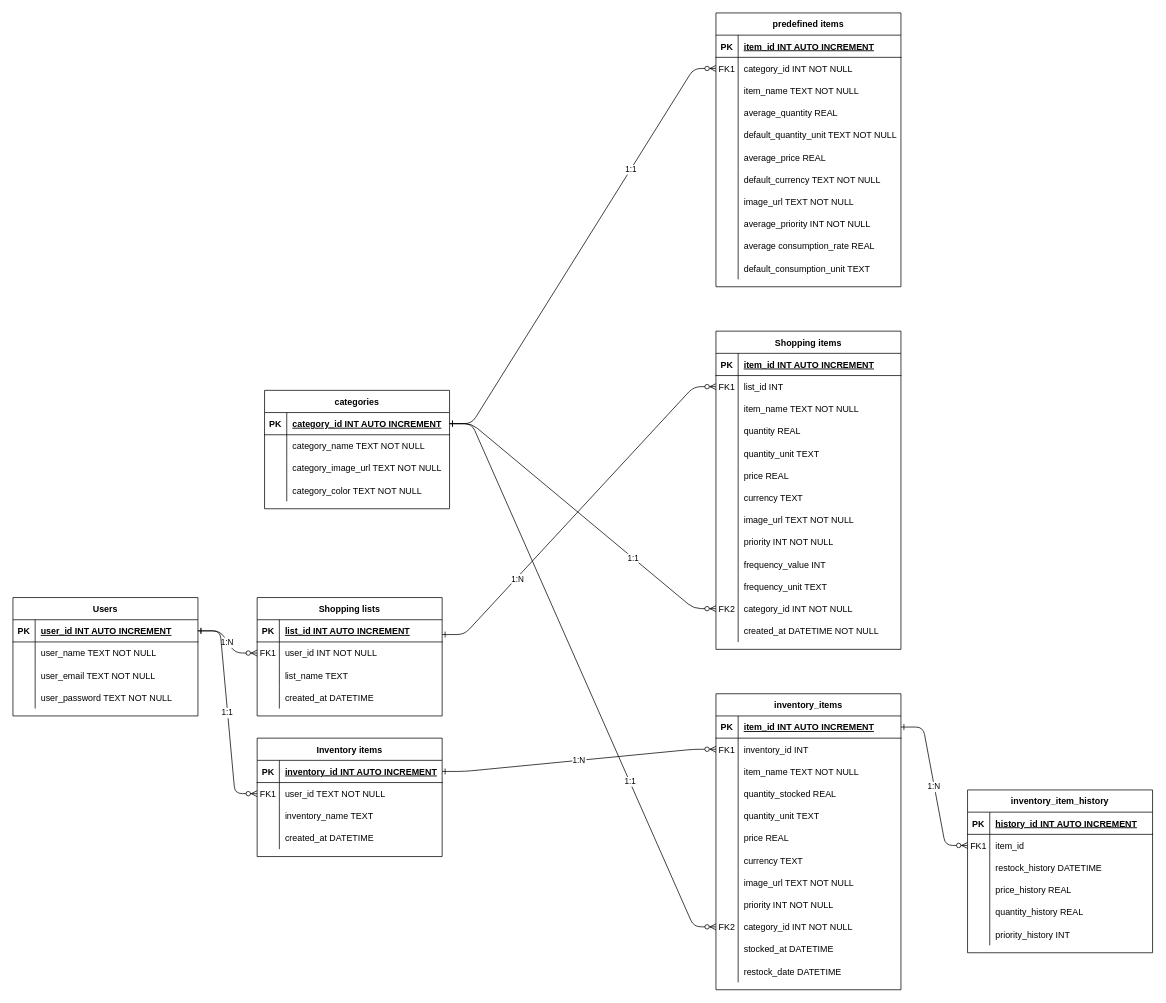
Before: Database ERD.drawio in oduwairi/SmartShoppingList-NEU, a draw.io diagram. Source tidied: cells renumbered, new cells numbered last; positions are measured from the earlier drawing's top-left corner, leaving out a move shared by most shapes. Both pictures are drawn from the tidied source at 74%, with x=0, y=0 at pixel (13, 13).
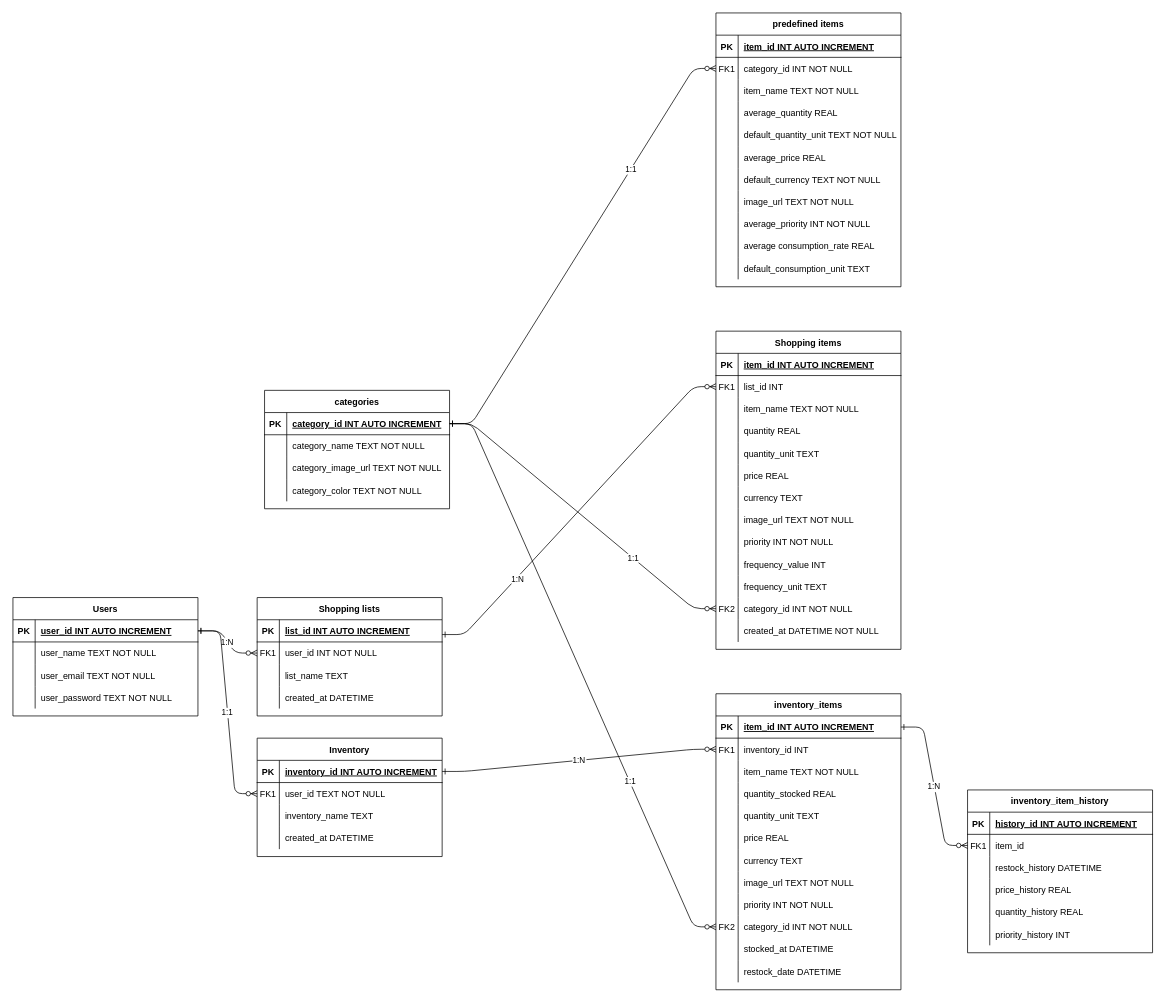
Above is the later version.

Diff of the diagram source:
```diff
@@
-    <mxCell id="16" value="Inventory items" style="shape=table;startSize=30;childLayout=tableLayout;rowLines=0;fontStyle=1;align=center;" parent="1" vertex="1">
+    <mxCell id="16" value="Inventory" style="shape=table;startSize=30;childLayout=tableLayout;rowLines=0;fontStyle=1;align=center;" parent="1" vertex="1">
       <mxGeometry x="330" y="980" width="250" height="160" as="geometry" />
     </mxCell>
```
